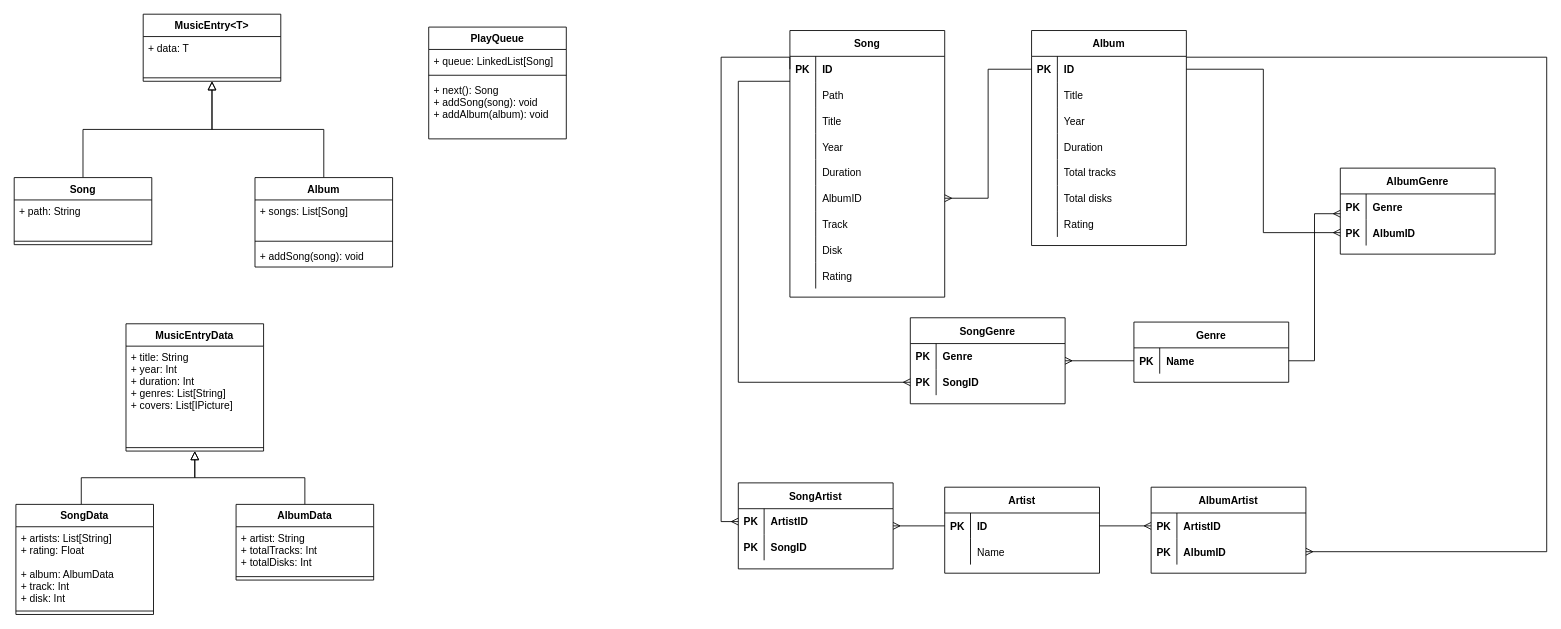
elatoskinas/music-desktop-app keeps this draw.io diagram as design/music-data-model.drawio. Above is the earlier version. Source tidied: cells renumbered, new cells numbered last; positions are measured from the earlier drawing's top-left corner, leaving out a move shared by most shapes. Both pictures are drawn from the tidied source at 86%, with x=0, y=0 at pixel (14, 14).
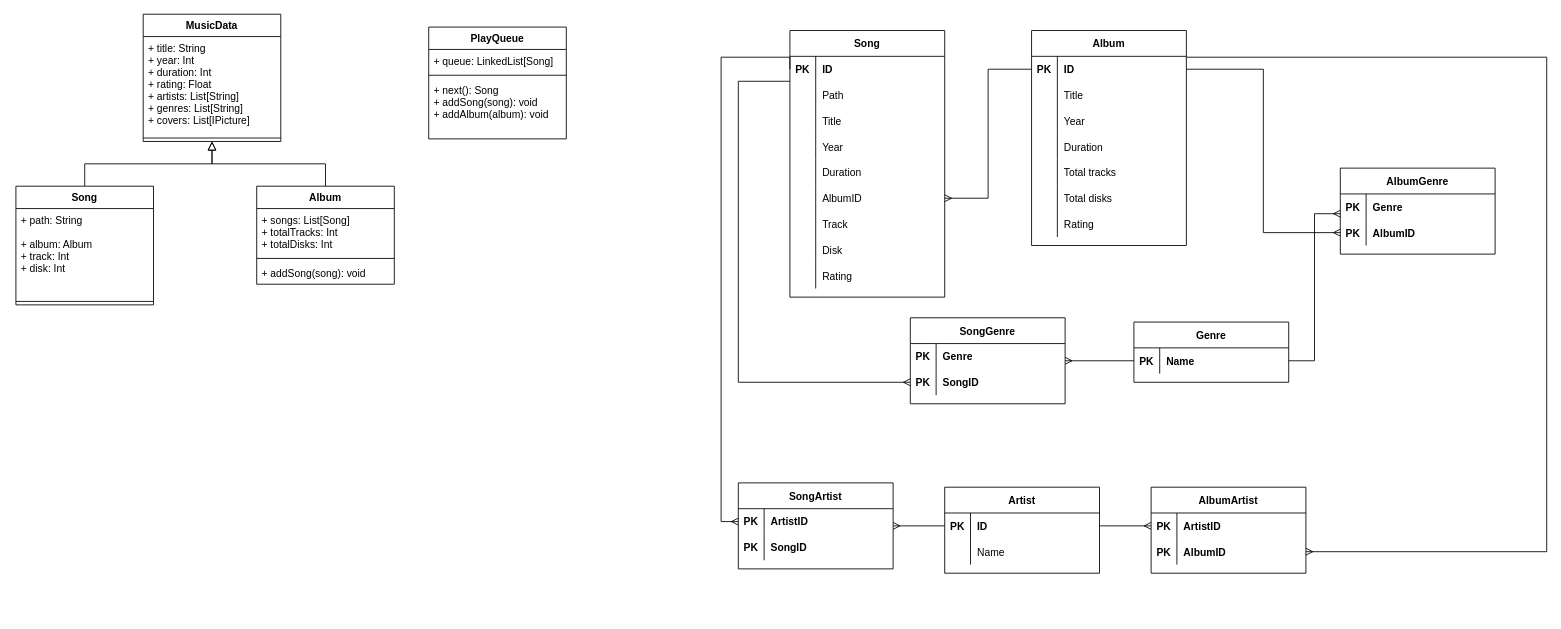
The same diagram, later.

Commit message:
Update music data model diagram to match simplification changes

Change to the diagram source:
```diff
@@
-    <mxCell id="2" style="edgeStyle=orthogonalEdgeStyle;rounded=0;jettySize=auto;html=1;exitX=0.5;exitY=0;exitDx=0;exitDy=0;startSize=8;endArrow=block;endFill=0;endSize=8;strokeWidth=1;entryX=0.5;entryY=1;entryDx=0;entryDy=0;" parent="1" edge="1" source="19" target="16">
-      <mxGeometry relative="1" as="geometry" />
-    </mxCell>
-    <mxCell id="3" style="edgeStyle=orthogonalEdgeStyle;rounded=0;jettySize=auto;html=1;exitX=0.475;exitY=0;exitDx=0;exitDy=0;endArrow=block;endFill=0;endSize=8;startSize=7;entryX=0.5;entryY=1;entryDx=0;entryDy=0;exitPerimeter=0;" parent="1" edge="1" source="22" target="16">
-      <mxGeometry relative="1" as="geometry" />
-    </mxCell>
@@
-    <mxCell id="6" value="MusicEntry&lt;T&gt;" style="swimlane;fontStyle=1;align=center;verticalAlign=top;horizontal=1;startSize=26;" parent="1" vertex="1">
-      <mxGeometry x="150" width="160" height="78" as="geometry" />
+    <mxCell id="6" value="MusicData" style="swimlane;fontStyle=1;align=center;verticalAlign=top;horizontal=1;startSize=26;" parent="1" vertex="1">
+      <mxGeometry x="150" width="160" height="148" as="geometry" />
     </mxCell>
-    <mxCell id="7" value="+ data: T" style="text;strokeColor=none;fillColor=none;align=left;verticalAlign=top;spacingLeft=4;spacingRight=4;overflow=hidden;" parent="6" vertex="1">
-      <mxGeometry y="26" width="160" height="44" as="geometry" />
+    <mxCell id="7" value="+ title: String&#10;+ year: Int&#10;+ duration: Int&#10;+ rating: Float&#10;+ artists: List[String]&#10;+ genres: List[String]&#10;+ covers: List[IPicture]" style="text;strokeColor=none;fillColor=none;align=left;verticalAlign=top;spacingLeft=4;spacingRight=4;overflow=hidden;" parent="6" vertex="1">
+      <mxGeometry y="26" width="160" height="114" as="geometry" />
     </mxCell>
     <mxCell id="8" style="line;strokeWidth=1;fillColor=none;align=left;verticalAlign=middle;spacingTop=-1;spacingLeft=3;spacingRight=3;labelPosition=right;" parent="6" vertex="1">
-      <mxGeometry y="70" width="160" height="8" as="geometry" />
+      <mxGeometry y="140" width="160" height="8" as="geometry" />
     </mxCell>
     <mxCell id="9" value="Song" style="swimlane;fontStyle=1;align=center;verticalAlign=top;horizontal=1;startSize=26;" parent="1" vertex="1">
-      <mxGeometry y="190" width="160" height="78" as="geometry" />
+      <mxGeometry x="2" y="200" width="160" height="138" as="geometry" />
     </mxCell>
-    <mxCell id="10" value="+ path: String" style="text;strokeColor=none;fillColor=none;align=left;verticalAlign=top;spacingLeft=4;spacingRight=4;overflow=hidden;" parent="9" vertex="1">
-      <mxGeometry y="26" width="160" height="44" as="geometry" />
+    <mxCell id="10" value="+ path: String&#10;&#10;+ album: Album&#10;+ track: Int&#10;+ disk: Int" style="text;strokeColor=none;fillColor=none;align=left;verticalAlign=top;spacingLeft=4;spacingRight=4;overflow=hidden;" parent="9" vertex="1">
+      <mxGeometry y="26" width="160" height="104" as="geometry" />
     </mxCell>
     <mxCell id="11" style="line;strokeWidth=1;fillColor=none;align=left;verticalAlign=middle;spacingTop=-1;spacingLeft=3;spacingRight=3;labelPosition=right;" parent="9" vertex="1">
-      <mxGeometry y="70" width="160" height="8" as="geometry" />
+      <mxGeometry y="130" width="160" height="8" as="geometry" />
     </mxCell>
     <mxCell id="12" value="Album" style="swimlane;fontStyle=1;align=center;verticalAlign=top;horizontal=1;startSize=26;" parent="1" vertex="1">
-      <mxGeometry x="280" y="190" width="160" height="104" as="geometry" />
+      <mxGeometry x="282" y="200" width="160" height="114" as="geometry" />
     </mxCell>
-    <mxCell id="13" value="+ songs: List[Song]" style="text;strokeColor=none;fillColor=none;align=left;verticalAlign=top;spacingLeft=4;spacingRight=4;overflow=hidden;" parent="12" vertex="1">
-      <mxGeometry y="26" width="160" height="44" as="geometry" />
+    <mxCell id="13" value="+ songs: List[Song]&#10;+ totalTracks: Int&#10;+ totalDisks: Int" style="text;strokeColor=none;fillColor=none;align=left;verticalAlign=top;spacingLeft=4;spacingRight=4;overflow=hidden;" parent="12" vertex="1">
+      <mxGeometry y="26" width="160" height="54" as="geometry" />
     </mxCell>
     <mxCell id="14" style="line;strokeWidth=1;fillColor=none;align=left;verticalAlign=middle;spacingTop=-1;spacingLeft=3;spacingRight=3;labelPosition=right;" parent="12" vertex="1">
-      <mxGeometry y="70" width="160" height="8" as="geometry" />
+      <mxGeometry y="80" width="160" height="8" as="geometry" />
     </mxCell>
     <mxCell id="15" value="+ addSong(song): void" style="text;strokeColor=none;fillColor=none;align=left;verticalAlign=top;spacingLeft=4;spacingRight=4;overflow=hidden;" parent="12" vertex="1">
-      <mxGeometry y="78" width="160" height="26" as="geometry" />
+      <mxGeometry y="88" width="160" height="26" as="geometry" />
     </mxCell>
-    <mxCell id="16" value="MusicEntryData" style="swimlane;fontStyle=1;align=center;verticalAlign=top;horizontal=1;startSize=26;" parent="1" vertex="1">
-      <mxGeometry x="130" y="360" width="160" height="148" as="geometry" />
-    </mxCell>
-    <mxCell id="17" value="+ title: String&#10;+ year: Int&#10;+ duration: Int&#10;+ genres: List[String]&#10;+ covers: List[IPicture]" style="text;strokeColor=none;fillColor=none;align=left;verticalAlign=top;spacingLeft=4;spacingRight=4;overflow=hidden;" parent="16" vertex="1">
-      <mxGeometry y="26" width="160" height="114" as="geometry" />
-    </mxCell>
-    <mxCell id="18" style="line;strokeWidth=1;fillColor=none;align=left;verticalAlign=middle;spacingTop=-1;spacingLeft=3;spacingRight=3;labelPosition=right;" parent="16" vertex="1">
-      <mxGeometry y="140" width="160" height="8" as="geometry" />
-    </mxCell>
-    <mxCell id="19" value="AlbumData" style="swimlane;fontStyle=1;align=center;verticalAlign=top;horizontal=1;startSize=26;" parent="1" vertex="1">
-      <mxGeometry x="258" y="570" width="160" height="88" as="geometry" />
-    </mxCell>
-    <mxCell id="20" value="+ artist: String&#10;+ totalTracks: Int&#10;+ totalDisks: Int" style="text;strokeColor=none;fillColor=none;align=left;verticalAlign=top;spacingLeft=4;spacingRight=4;overflow=hidden;" parent="19" vertex="1">
-      <mxGeometry y="26" width="160" height="54" as="geometry" />
-    </mxCell>
-    <mxCell id="21" style="line;strokeWidth=1;fillColor=none;align=left;verticalAlign=middle;spacingTop=-1;spacingLeft=3;spacingRight=3;labelPosition=right;" parent="19" vertex="1">
-      <mxGeometry y="80" width="160" height="8" as="geometry" />
-    </mxCell>
-    <mxCell id="22" value="SongData" style="swimlane;fontStyle=1;align=center;verticalAlign=top;horizontal=1;startSize=26;" parent="1" vertex="1">
-      <mxGeometry x="2" y="570" width="160" height="128" as="geometry" />
-    </mxCell>
-    <mxCell id="23" value="+ artists: List[String]&#10;+ rating: Float&#10;&#10;+ album: AlbumData&#10;+ track: Int&#10;+ disk: Int" style="text;strokeColor=none;fillColor=none;align=left;verticalAlign=top;spacingLeft=4;spacingRight=4;overflow=hidden;" parent="22" vertex="1">
-      <mxGeometry y="26" width="160" height="94" as="geometry" />
-    </mxCell>
-    <mxCell id="24" style="line;strokeWidth=1;fillColor=none;align=left;verticalAlign=middle;spacingTop=-1;spacingLeft=3;spacingRight=3;labelPosition=right;" parent="22" vertex="1">
-      <mxGeometry y="120" width="160" height="8" as="geometry" />
-    </mxCell>
```
